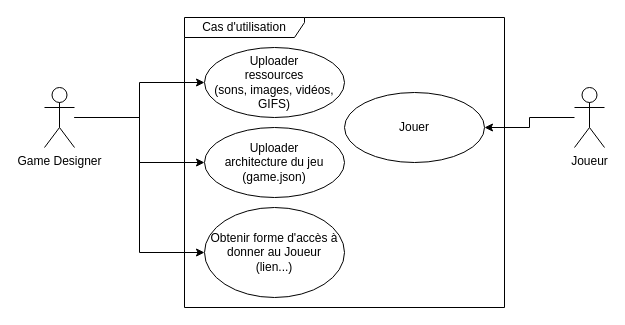
Earlier version of the draw.io diagram Use-case.drawio (fchoisy/PFA-SEGMent). Source tidied: cells renumbered, new cells numbered last; positions are measured from the earlier drawing's top-left corner, leaving out a move shared by most shapes. Both pictures are drawn from the tidied source at 100%, with x=0, y=0 at pixel (44, 17).
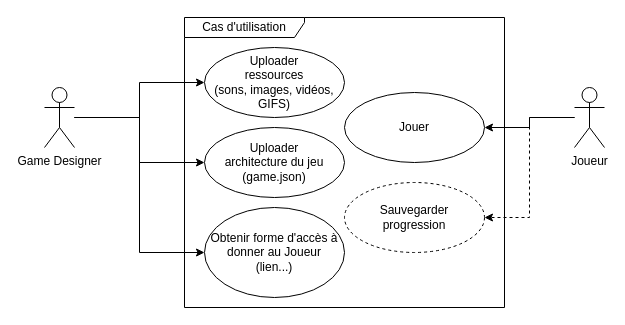
The same diagram, later.

The edit, as a diff of the source:
```diff
@@
 <mxGraphModel>
   <root>
     <mxCell id="0" />
     <mxCell id="1" parent="0" />
     <mxCell id="2" value="Cas d'utilisation" style="shape=umlFrame;whiteSpace=wrap;html=1;width=120;height=20;" parent="1" vertex="1">
       <mxGeometry x="140" width="320" height="290" as="geometry" />
     </mxCell>
     <mxCell id="3" style="edgeStyle=orthogonalEdgeStyle;rounded=0;jettySize=auto;html=1;entryX=0;entryY=0.5;entryDx=0;entryDy=0;" parent="1" edge="1" source="6" target="12">
       <mxGeometry relative="1" as="geometry" />
     </mxCell>
     <mxCell id="4" style="edgeStyle=orthogonalEdgeStyle;rounded=0;jettySize=auto;html=1;" parent="1" edge="1" source="6" target="10">
       <mxGeometry relative="1" as="geometry" />
     </mxCell>
     <mxCell id="5" style="edgeStyle=orthogonalEdgeStyle;rounded=0;jettySize=auto;html=1;entryX=0;entryY=0.5;entryDx=0;entryDy=0;" parent="1" edge="1" source="6" target="9">
       <mxGeometry relative="1" as="geometry" />
     </mxCell>
     <mxCell id="6" value="&lt;div&gt;Game Designer&lt;/div&gt;" style="shape=umlActor;verticalLabelPosition=bottom;labelBackgroundColor=#ffffff;verticalAlign=top;html=1;outlineConnect=0;" parent="1" vertex="1">
       <mxGeometry y="70" width="30" height="60" as="geometry" />
     </mxCell>
     <mxCell id="7" style="edgeStyle=orthogonalEdgeStyle;rounded=0;jettySize=auto;html=1;" parent="1" edge="1" source="8" target="11">
       <mxGeometry relative="1" as="geometry" />
     </mxCell>
+    <mxCell id="13" style="edgeStyle=orthogonalEdgeStyle;rounded=0;jettySize=auto;html=1;entryX=1;entryY=0.5;entryDx=0;entryDy=0;dashed=1;" parent="1" edge="1" source="8" target="14">
+      <mxGeometry relative="1" as="geometry" />
+    </mxCell>
     <mxCell id="8" value="&lt;div&gt;Joueur&lt;/div&gt;" style="shape=umlActor;verticalLabelPosition=bottom;labelBackgroundColor=#ffffff;verticalAlign=top;html=1;outlineConnect=0;" parent="1" vertex="1">
       <mxGeometry x="530" y="70" width="30" height="60" as="geometry" />
     </mxCell>
     <mxCell id="9" value="&lt;div&gt;Uploader&lt;/div&gt;&lt;div&gt;ressources&lt;/div&gt;&lt;div&gt;(sons, images, vidéos, GIFS)&lt;br&gt;&lt;/div&gt;" style="ellipse;whiteSpace=wrap;html=1;" parent="1" vertex="1">
       <mxGeometry x="160" y="30" width="140" height="70" as="geometry" />
     </mxCell>
     <mxCell id="10" value="&lt;div&gt;Uploader&lt;/div&gt;&lt;div&gt;architecture du jeu&lt;/div&gt;&lt;div&gt;(game.json)&lt;/div&gt;" style="ellipse;whiteSpace=wrap;html=1;" parent="1" vertex="1">
       <mxGeometry x="160" y="110" width="140" height="70" as="geometry" />
     </mxCell>
     <mxCell id="11" value="&lt;div&gt;Jouer&lt;/div&gt;" style="ellipse;whiteSpace=wrap;html=1;" parent="1" vertex="1">
       <mxGeometry x="300" y="75" width="140" height="70" as="geometry" />
     </mxCell>
     <mxCell id="12" value="&lt;div&gt;Obtenir forme d'accès à donner au Joueur&lt;/div&gt;&lt;div&gt;(lien...)&lt;br&gt;&lt;/div&gt;" style="ellipse;whiteSpace=wrap;html=1;" parent="1" vertex="1">
       <mxGeometry x="160" y="190" width="140" height="90" as="geometry" />
     </mxCell>
+    <mxCell id="14" value="&lt;div&gt;Sauvegarder&lt;/div&gt;&lt;div&gt;progression&lt;/div&gt;" style="ellipse;whiteSpace=wrap;html=1;dashed=1;" parent="1" vertex="1">
+      <mxGeometry x="300" y="165" width="140" height="70" as="geometry" />
+    </mxCell>
   </root>
 </mxGraphModel>
```
